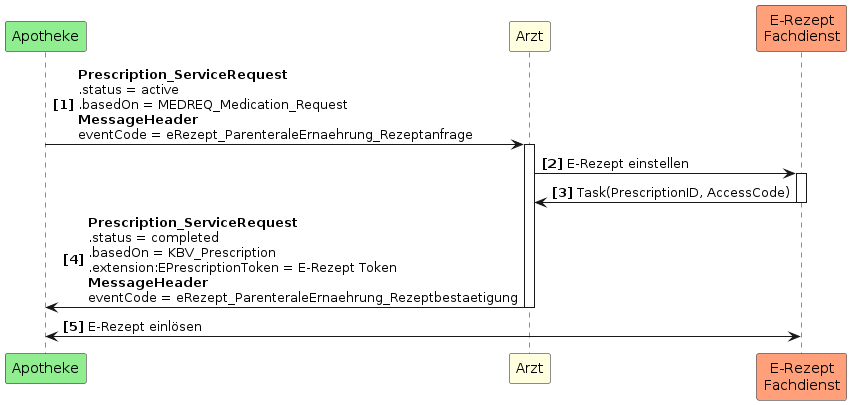
Earlier version of the PlantUML export guides/ig-rezeptanforderung/images/puml_images/UC4.png (gematik/spec-E-Rezept-ServiceRequest).
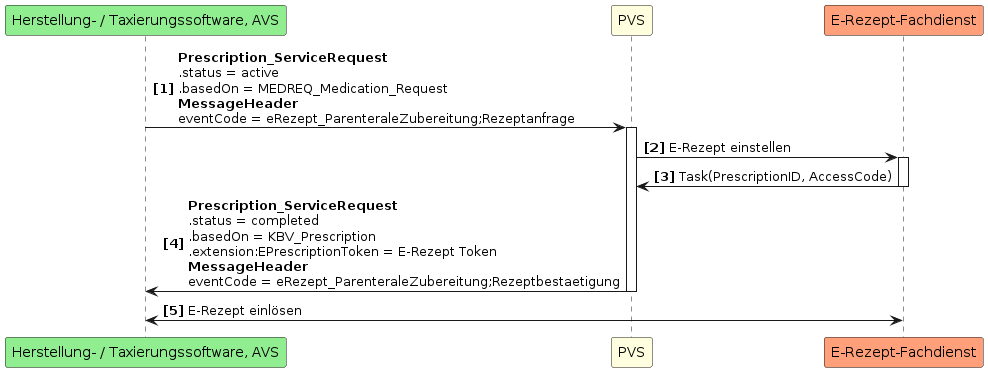
After the commit.

Commit message:
Fix Message codes in puml uc 4

Diff of the diagram source:
```diff
@@ -1,13 +1,13 @@
 @startuml UC4
 autonumber "<b>[0]"
-participant Apotheke as AP #LightGreen
-participant Arzt as A #LightYellow
-participant "E-Rezept\nFachdienst" as FD #LightSalmon
+participant "Herstellung- / Taxierungssoftware, AVS" as AP #LightGreen
+participant PVS as A #LightYellow
+participant "E-Rezept-Fachdienst" as FD #LightSalmon
 
-AP -> A++: <b>Prescription_ServiceRequest \n.status = active \n.basedOn = MEDREQ_Medication_Request \n<b>MessageHeader\neventCode = eRezept_ParenteraleErnaehrung_Rezeptanfrage
+AP -> A++: <b>Prescription_ServiceRequest \n.status = active \n.basedOn = MEDREQ_Medication_Request \n<b>MessageHeader\neventCode = eRezept_ParenteraleZubereitung;Rezeptanfrage
 A -> FD++: E-Rezept einstellen
 FD -> A--: Task(PrescriptionID, AccessCode)
-A -> AP--: <b>Prescription_ServiceRequest \n.status = completed \n.basedOn = KBV_Prescription \n.extension:EPrescriptionToken = E-Rezept Token\n<b>MessageHeader\neventCode = eRezept_ParenteraleErnaehrung_Rezeptbestaetigung
+A -> AP--: <b>Prescription_ServiceRequest \n.status = completed \n.basedOn = KBV_Prescription \n.extension:EPrescriptionToken = E-Rezept Token\n<b>MessageHeader\neventCode = eRezept_ParenteraleZubereitung;Rezeptbestaetigung
 AP <-> FD: E-Rezept einlösen
 
 @enduml
```
